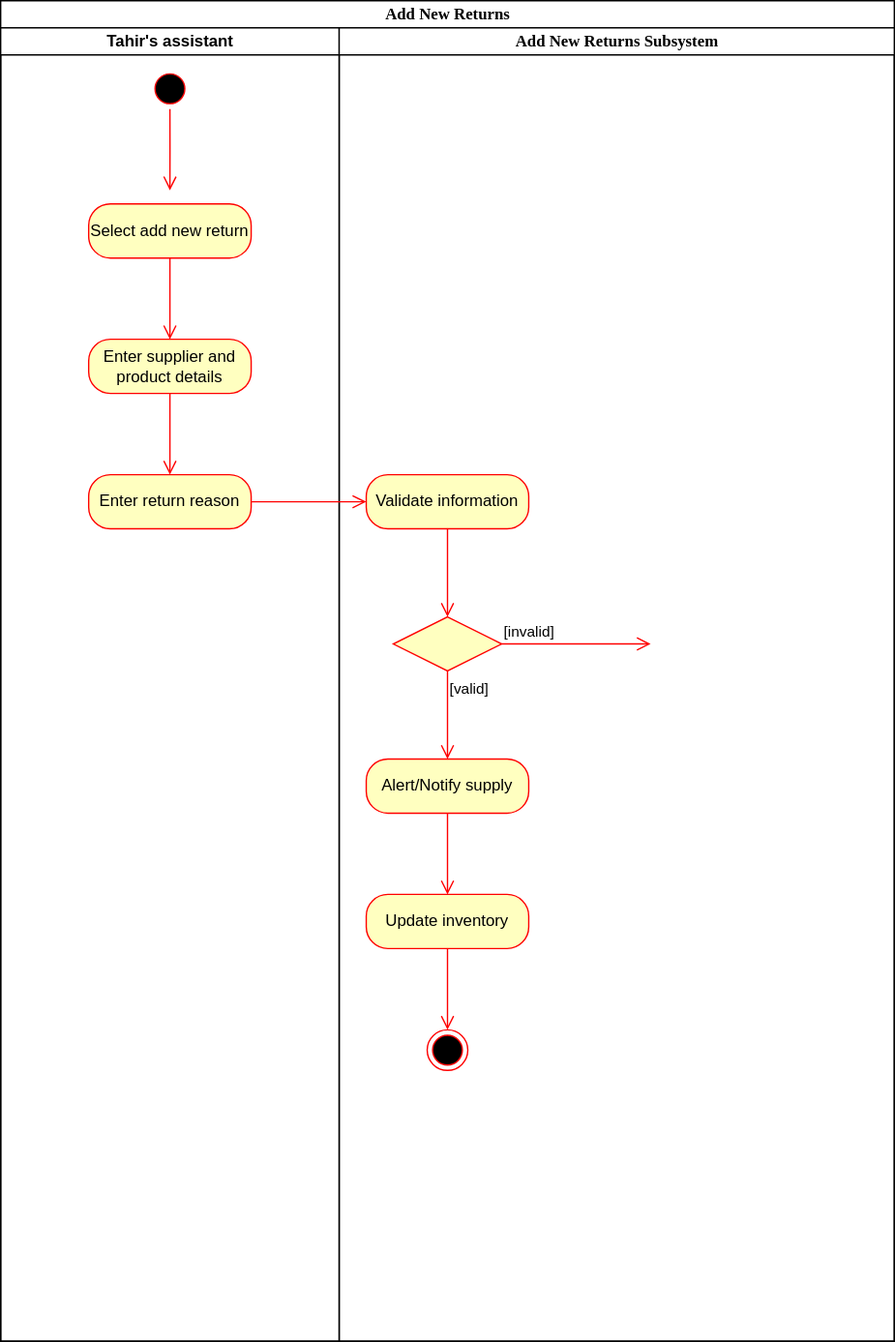
Simamkele88/IFM3_GP keeps this draw.io diagram as Add New Returns Activity Diagrams.svg. Above is the earlier version. Source tidied: cells renumbered, new cells last; positions are measured from the earlier drawing's top-left corner, leaving out a move shared by most shapes. Source of this version:
```xml
<mxGraphModel>
  <root>
    <mxCell id="0" />
    <mxCell id="1" parent="0" />
    <mxCell id="2" value="Add New Returns" style="swimlane;html=1;startSize=20;rounded=0;shadow=0;comic=0;labelBackgroundColor=none;strokeWidth=1;fontFamily=Verdana;fontSize=12;align=center;" parent="1" vertex="1">
      <mxGeometry width="660" height="990" as="geometry" />
    </mxCell>
    <mxCell id="3" value="Tahir's assistant" style="swimlane;html=1;startSize=20;" parent="2" vertex="1">
      <mxGeometry y="20" width="250" height="970" as="geometry" />
    </mxCell>
    <mxCell id="4" style="ellipse;html=1;shape=startState;fillColor=#000000;strokeColor=#ff0000;" parent="3" vertex="1">
      <mxGeometry x="110" y="30" width="30" height="30" as="geometry" />
    </mxCell>
    <mxCell id="5" style="edgeStyle=orthogonalEdgeStyle;html=1;verticalAlign=bottom;endArrow=open;endSize=8;strokeColor=#ff0000;rounded=0;" parent="3" edge="1" source="4">
      <mxGeometry relative="1" as="geometry">
        <mxPoint x="125" y="120" as="targetPoint" />
      </mxGeometry>
    </mxCell>
    <mxCell id="6" value="Select add new return" style="rounded=1;whiteSpace=wrap;html=1;arcSize=40;fontColor=#000000;fillColor=#ffffc0;strokeColor=#ff0000;" parent="3" vertex="1">
      <mxGeometry x="65" y="130" width="120" height="40" as="geometry" />
    </mxCell>
    <mxCell id="7" style="edgeStyle=orthogonalEdgeStyle;html=1;verticalAlign=bottom;endArrow=open;endSize=8;strokeColor=#ff0000;rounded=0;entryX=0.5;entryY=0;entryDx=0;entryDy=0;" parent="3" edge="1" source="6" target="8">
      <mxGeometry relative="1" as="geometry" />
    </mxCell>
    <mxCell id="8" value="Enter supplier and product details" style="rounded=1;whiteSpace=wrap;html=1;arcSize=40;fontColor=#000000;fillColor=#ffffc0;strokeColor=#ff0000;" parent="3" vertex="1">
      <mxGeometry x="65" y="230" width="120" height="40" as="geometry" />
    </mxCell>
    <mxCell id="9" style="edgeStyle=orthogonalEdgeStyle;html=1;verticalAlign=bottom;endArrow=open;endSize=8;strokeColor=#ff0000;rounded=0;entryX=0.5;entryY=0;entryDx=0;entryDy=0;" parent="3" edge="1" source="8" target="10">
      <mxGeometry relative="1" as="geometry" />
    </mxCell>
    <mxCell id="10" value="Enter return reason" style="rounded=1;whiteSpace=wrap;html=1;arcSize=40;fontColor=#000000;fillColor=#ffffc0;strokeColor=#ff0000;" parent="3" vertex="1">
      <mxGeometry x="65" y="330" width="120" height="40" as="geometry" />
    </mxCell>
    <mxCell id="11" value="&lt;span style=&quot;font-family: Verdana;&quot;&gt;Add New Returns Subsystem&lt;/span&gt;" style="swimlane;html=1;startSize=20;" parent="2" vertex="1">
      <mxGeometry x="250" y="20" width="410" height="970" as="geometry" />
    </mxCell>
    <mxCell id="12" value="Validate information" style="rounded=1;whiteSpace=wrap;html=1;arcSize=40;fontColor=#000000;fillColor=#ffffc0;strokeColor=#ff0000;" parent="11" vertex="1">
      <mxGeometry x="20" y="330" width="120" height="40" as="geometry" />
    </mxCell>
    <mxCell id="13" style="edgeStyle=orthogonalEdgeStyle;html=1;verticalAlign=bottom;endArrow=open;endSize=8;strokeColor=#ff0000;rounded=0;entryX=0.5;entryY=0;entryDx=0;entryDy=0;" parent="11" edge="1" source="12" target="14">
      <mxGeometry relative="1" as="geometry" />
    </mxCell>
    <mxCell id="14" style="rhombus;whiteSpace=wrap;html=1;fontColor=#000000;fillColor=#ffffc0;strokeColor=#ff0000;" parent="11" vertex="1">
      <mxGeometry x="40" y="435" width="80" height="40" as="geometry" />
    </mxCell>
    <mxCell id="15" value="[invalid]" style="edgeStyle=orthogonalEdgeStyle;html=1;align=left;verticalAlign=bottom;endArrow=open;endSize=8;strokeColor=#ff0000;rounded=0;exitX=1;exitY=0.5;exitDx=0;exitDy=0;" parent="11" edge="1" source="14">
      <mxGeometry x="-1" relative="1" as="geometry">
        <mxPoint x="230" y="455" as="targetPoint" />
      </mxGeometry>
    </mxCell>
    <mxCell id="16" value="[valid]" style="edgeStyle=orthogonalEdgeStyle;html=1;align=left;verticalAlign=top;endArrow=open;endSize=8;strokeColor=#ff0000;rounded=0;entryX=0.5;entryY=0;entryDx=0;entryDy=0;" parent="11" edge="1" source="14" target="17">
      <mxGeometry x="-1" relative="1" as="geometry" />
    </mxCell>
    <mxCell id="17" value="Alert/Notify supply" style="rounded=1;whiteSpace=wrap;html=1;arcSize=40;fontColor=#000000;fillColor=#ffffc0;strokeColor=#ff0000;" parent="11" vertex="1">
      <mxGeometry x="20" y="540" width="120" height="40" as="geometry" />
    </mxCell>
    <mxCell id="18" style="edgeStyle=orthogonalEdgeStyle;html=1;verticalAlign=bottom;endArrow=open;endSize=8;strokeColor=#ff0000;rounded=0;entryX=0.5;entryY=0;entryDx=0;entryDy=0;" parent="11" edge="1" source="17" target="19">
      <mxGeometry relative="1" as="geometry" />
    </mxCell>
    <mxCell id="19" value="Update inventory" style="rounded=1;whiteSpace=wrap;html=1;arcSize=40;fontColor=#000000;fillColor=#ffffc0;strokeColor=#ff0000;" parent="11" vertex="1">
      <mxGeometry x="20" y="640" width="120" height="40" as="geometry" />
    </mxCell>
    <mxCell id="20" style="edgeStyle=orthogonalEdgeStyle;html=1;verticalAlign=bottom;endArrow=open;endSize=8;strokeColor=#ff0000;rounded=0;entryX=0.5;entryY=0;entryDx=0;entryDy=0;entryPerimeter=0;" parent="11" edge="1" source="19" target="21">
      <mxGeometry relative="1" as="geometry" />
    </mxCell>
    <mxCell id="21" style="ellipse;html=1;shape=endState;fillColor=#000000;strokeColor=#ff0000;" parent="11" vertex="1">
      <mxGeometry x="65" y="740" width="30" height="30" as="geometry" />
    </mxCell>
    <mxCell id="22" style="edgeStyle=orthogonalEdgeStyle;html=1;verticalAlign=bottom;endArrow=open;endSize=8;strokeColor=#ff0000;rounded=0;exitX=1;exitY=0.5;exitDx=0;exitDy=0;entryX=0;entryY=0.5;entryDx=0;entryDy=0;" parent="2" edge="1" source="10" target="12">
      <mxGeometry relative="1" as="geometry" />
    </mxCell>
  </root>
</mxGraphModel>
```
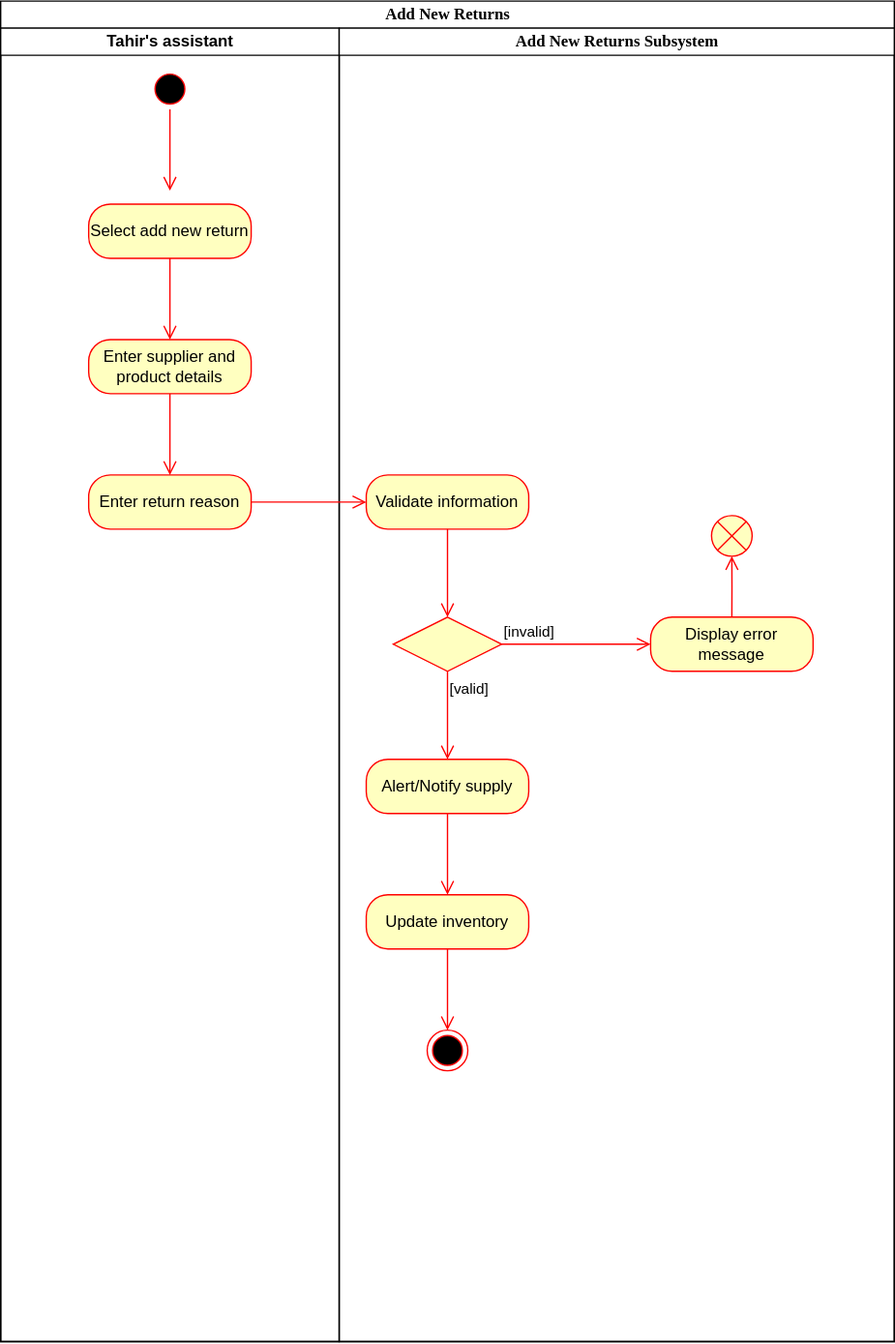
The same diagram one commit later.

Diff of the diagram source:
```diff
@@ -40,7 +40,7 @@
     <mxCell id="13" style="edgeStyle=orthogonalEdgeStyle;html=1;verticalAlign=bottom;endArrow=open;endSize=8;strokeColor=#ff0000;rounded=0;entryX=0.5;entryY=0;entryDx=0;entryDy=0;" parent="11" edge="1" source="12" target="14">
       <mxGeometry relative="1" as="geometry" />
     </mxCell>
-    <mxCell id="14" style="rhombus;whiteSpace=wrap;html=1;fontColor=#000000;fillColor=#ffffc0;strokeColor=#ff0000;" parent="11" vertex="1">
+    <mxCell id="14" style="rhombus;whiteSpace=wrap;html=1;fontColor=#000000;fillColor=#FFFFC0;strokeColor=#ff0000;" parent="11" vertex="1">
       <mxGeometry x="40" y="435" width="80" height="40" as="geometry" />
     </mxCell>
     <mxCell id="15" value="[invalid]" style="edgeStyle=orthogonalEdgeStyle;html=1;align=left;verticalAlign=bottom;endArrow=open;endSize=8;strokeColor=#ff0000;rounded=0;exitX=1;exitY=0.5;exitDx=0;exitDy=0;" parent="11" edge="1" source="14">
@@ -66,6 +66,17 @@
     <mxCell id="21" style="ellipse;html=1;shape=endState;fillColor=#000000;strokeColor=#ff0000;" parent="11" vertex="1">
       <mxGeometry x="65" y="740" width="30" height="30" as="geometry" />
     </mxCell>
+    <mxCell id="23" style="shape=sumEllipse;perimeter=ellipsePerimeter;html=1;backgroundOutline=1;fillColor=#FFFFC0;strokeColor=#FF0000;" parent="11" vertex="1">
+      <mxGeometry x="275" y="360" width="30" height="30" as="geometry" />
+    </mxCell>
+    <mxCell id="24" value="Display error message" style="rounded=1;whiteSpace=wrap;html=1;arcSize=40;fontColor=#000000;fillColor=#ffffc0;strokeColor=#ff0000;" parent="11" vertex="1">
+      <mxGeometry x="230" y="435" width="120" height="40" as="geometry" />
+    </mxCell>
+    <mxCell id="25" style="edgeStyle=orthogonalEdgeStyle;html=1;verticalAlign=bottom;endArrow=open;endSize=8;strokeColor=#ff0000;rounded=0;exitX=0.5;exitY=0;exitDx=0;exitDy=0;" parent="11" edge="1" source="24">
+      <mxGeometry relative="1" as="geometry">
+        <mxPoint x="290" y="390" as="targetPoint" />
+      </mxGeometry>
+    </mxCell>
     <mxCell id="22" style="edgeStyle=orthogonalEdgeStyle;html=1;verticalAlign=bottom;endArrow=open;endSize=8;strokeColor=#ff0000;rounded=0;exitX=1;exitY=0.5;exitDx=0;exitDy=0;entryX=0;entryY=0.5;entryDx=0;entryDy=0;" parent="2" edge="1" source="10" target="12">
       <mxGeometry relative="1" as="geometry" />
     </mxCell>
```
